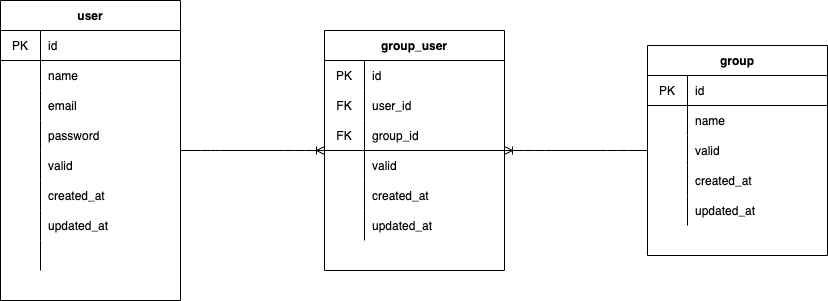
Above: document/db/user.drawio.png in Reimei1213/ShareReport (draw.io), before the change. Source tidied: cells renumbered, new cells last; positions are measured from the earlier drawing's top-left corner, leaving out a move shared by most shapes.
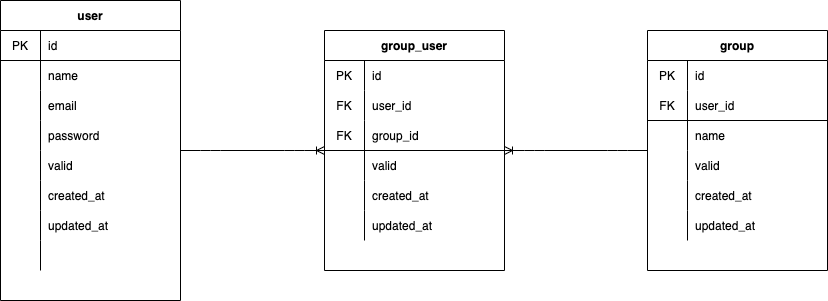
The same diagram one commit later.

Commit message:
[add] #48 Groupテーブルにuser_idを追加

Change to the diagram source:
```diff
@@ -78,19 +78,28 @@
       <mxGeometry x="40" width="140" height="30" as="geometry" />
     </mxCell>
     <mxCell id="27" value="group" style="shape=table;startSize=30;rowLines=0;fontStyle=1;align=center;" parent="1" vertex="1">
-      <mxGeometry x="647" y="45" width="180" height="210" as="geometry" />
+      <mxGeometry x="647" y="30" width="180" height="240" as="geometry" />
     </mxCell>
-    <mxCell id="28" style="shape=partialRectangle;html=1;whiteSpace=wrap;fillColor=none;top=0;left=0;bottom=1;right=0;" parent="27" vertex="1">
+    <mxCell id="28" style="shape=partialRectangle;html=1;whiteSpace=wrap;fillColor=none;top=0;left=0;bottom=1;right=0;strokeColor=none;" parent="27" vertex="1">
       <mxGeometry y="30" width="180" height="30" as="geometry" />
     </mxCell>
     <mxCell id="29" value="PK" style="shape=partialRectangle;html=1;whiteSpace=wrap;fillColor=none;top=0;left=0;bottom=0;right=0;overflow=hidden;" parent="28" vertex="1">
       <mxGeometry width="40" height="30" as="geometry" />
     </mxCell>
-    <mxCell id="30" value="id" style="shape=partialRectangle;html=1;whiteSpace=wrap;fillColor=none;top=0;left=0;bottom=0;right=0;align=left;spacingLeft=6;overflow=hidden;" parent="28" vertex="1">
+    <mxCell id="30" value="id" style="shape=partialRectangle;html=1;whiteSpace=wrap;fillColor=none;top=0;left=0;bottom=0;right=0;align=left;spacingLeft=6;overflow=hidden;strokeColor=default;" parent="28" vertex="1">
       <mxGeometry x="40" width="140" height="30" as="geometry" />
     </mxCell>
+    <mxCell id="64" style="shape=partialRectangle;html=1;whiteSpace=wrap;fillColor=none;top=0;left=0;bottom=1;right=0;" parent="27" vertex="1">
+      <mxGeometry y="60" width="180" height="30" as="geometry" />
+    </mxCell>
+    <mxCell id="65" value="FK" style="shape=partialRectangle;html=1;whiteSpace=wrap;fillColor=none;top=0;left=0;bottom=0;right=0;overflow=hidden;" parent="64" vertex="1">
+      <mxGeometry width="40" height="30" as="geometry" />
+    </mxCell>
+    <mxCell id="66" value="user_id" style="shape=partialRectangle;html=1;whiteSpace=wrap;fillColor=none;top=0;left=0;bottom=0;right=0;align=left;spacingLeft=6;overflow=hidden;strokeColor=default;" parent="64" vertex="1">
+      <mxGeometry x="40" width="140" height="30" as="geometry" />
+    </mxCell>
     <mxCell id="31" style="shape=partialRectangle;html=1;whiteSpace=wrap;fillColor=none;top=0;left=0;bottom=0;right=0;" parent="27" vertex="1">
-      <mxGeometry y="60" width="180" height="30" as="geometry" />
+      <mxGeometry y="90" width="180" height="30" as="geometry" />
     </mxCell>
     <mxCell id="32" style="shape=partialRectangle;html=1;whiteSpace=wrap;fillColor=none;top=0;left=0;bottom=0;right=0;overflow=hidden;" parent="31" vertex="1">
       <mxGeometry width="40" height="30" as="geometry" />
@@ -99,7 +108,7 @@
       <mxGeometry x="40" width="140" height="30" as="geometry" />
     </mxCell>
     <mxCell id="34" style="shape=partialRectangle;html=1;whiteSpace=wrap;fillColor=none;top=0;left=0;bottom=0;right=0;" parent="27" vertex="1">
-      <mxGeometry y="90" width="180" height="30" as="geometry" />
+      <mxGeometry y="120" width="180" height="30" as="geometry" />
     </mxCell>
     <mxCell id="35" style="shape=partialRectangle;html=1;whiteSpace=wrap;fillColor=none;top=0;left=0;bottom=0;right=0;overflow=hidden;" parent="34" vertex="1">
       <mxGeometry width="40" height="30" as="geometry" />
@@ -108,7 +117,7 @@
       <mxGeometry x="40" width="140" height="30" as="geometry" />
     </mxCell>
     <mxCell id="37" style="shape=partialRectangle;html=1;whiteSpace=wrap;fillColor=none;top=0;left=0;bottom=0;right=0;" parent="27" vertex="1">
-      <mxGeometry y="120" width="180" height="30" as="geometry" />
+      <mxGeometry y="150" width="180" height="30" as="geometry" />
     </mxCell>
     <mxCell id="38" style="shape=partialRectangle;html=1;whiteSpace=wrap;fillColor=none;top=0;left=0;bottom=0;right=0;overflow=hidden;" parent="37" vertex="1">
       <mxGeometry width="40" height="30" as="geometry" />
@@ -117,7 +126,7 @@
       <mxGeometry x="40" width="140" height="30" as="geometry" />
     </mxCell>
     <mxCell id="40" style="shape=partialRectangle;html=1;whiteSpace=wrap;fillColor=none;top=0;left=0;bottom=0;right=0;" parent="27" vertex="1">
-      <mxGeometry y="150" width="180" height="30" as="geometry" />
+      <mxGeometry y="180" width="180" height="30" as="geometry" />
     </mxCell>
     <mxCell id="41" style="shape=partialRectangle;html=1;whiteSpace=wrap;fillColor=none;top=0;left=0;bottom=0;right=0;overflow=hidden;" parent="40" vertex="1">
       <mxGeometry width="40" height="30" as="geometry" />
```
